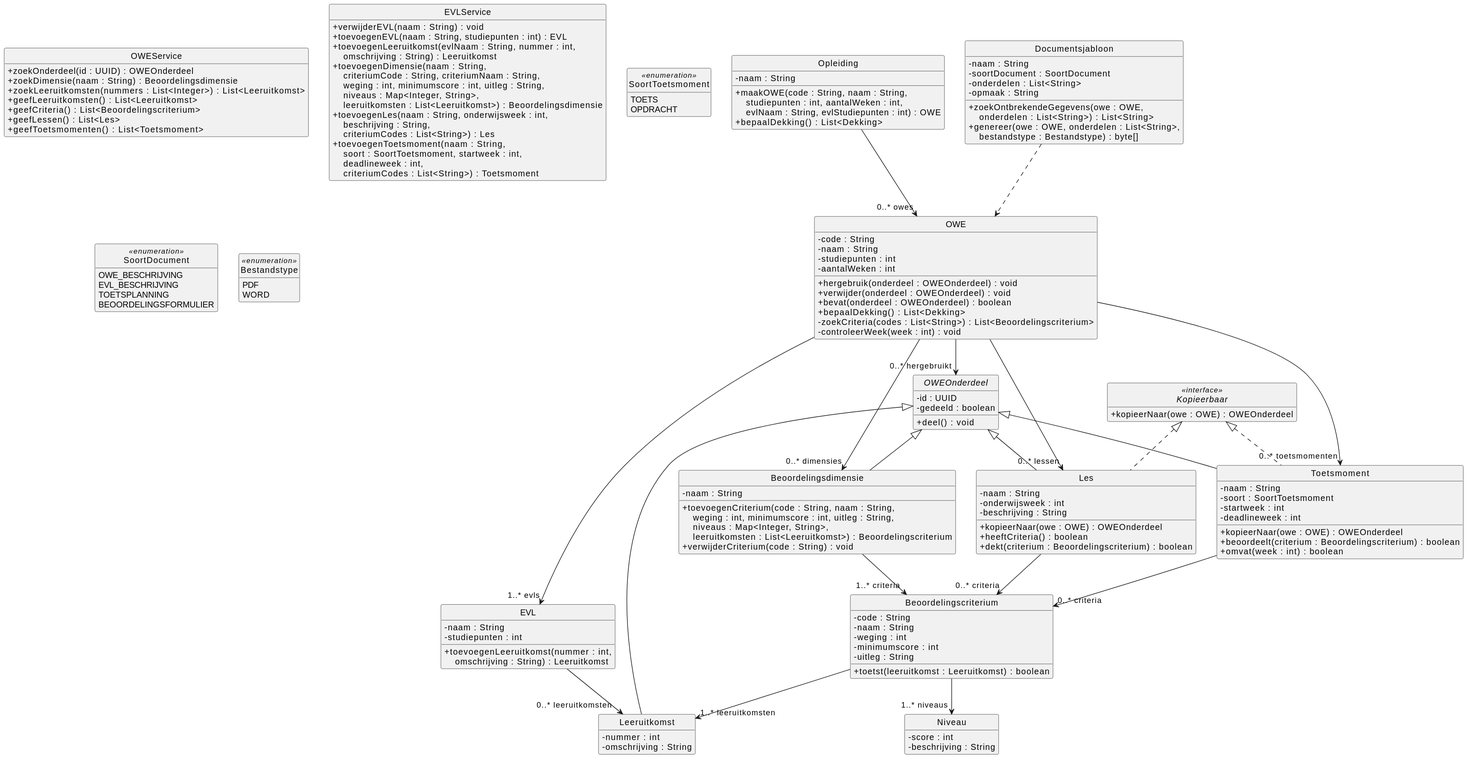
Before: docs/diagrams/klassendiagram-domein.svg, a diagram exported from PlantUML (HAN-Craftsmanship-KL-JJG/casus).
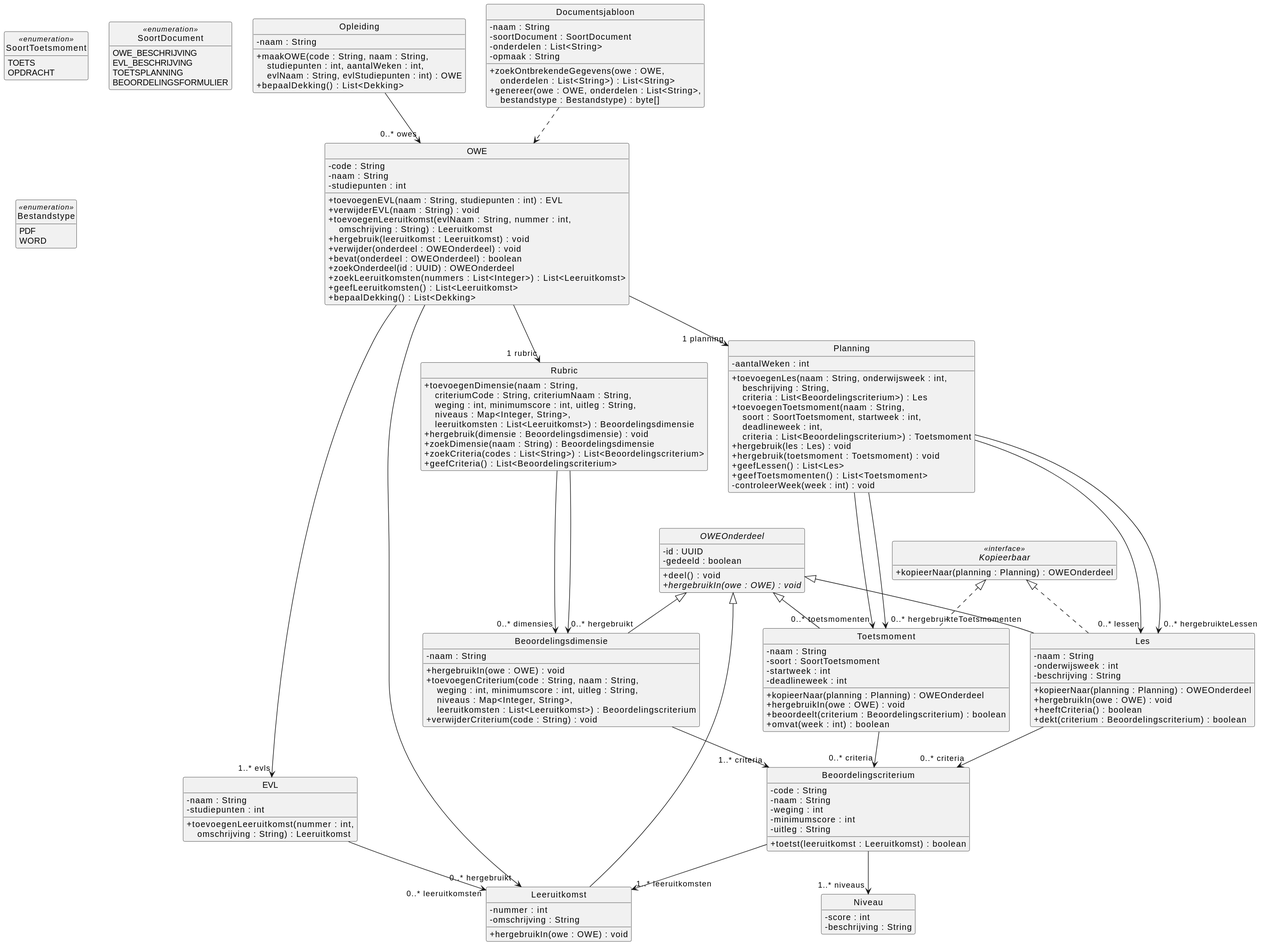
The same diagram one commit later.

What changed in the source:
```diff
@@ -15,32 +15,35 @@
   - code : String
   - naam : String
   - studiepunten : int
-  - aantalWeken : int
-  + hergebruik(onderdeel : OWEOnderdeel) : void
+  + toevoegenEVL(naam : String, studiepunten : int) : EVL
+  + verwijderEVL(naam : String) : void
+  + toevoegenLeeruitkomst(evlNaam : String, nummer : int,\n    omschrijving : String) : Leeruitkomst
+  + hergebruik(leeruitkomst : Leeruitkomst) : void
   + verwijder(onderdeel : OWEOnderdeel) : void
   + bevat(onderdeel : OWEOnderdeel) : boolean
+  + zoekOnderdeel(id : UUID) : OWEOnderdeel
+  + zoekLeeruitkomsten(nummers : List<Integer>) : List<Leeruitkomst>
+  + geefLeeruitkomsten() : List<Leeruitkomst>
   + bepaalDekking() : List<Dekking>
-  - zoekCriteria(codes : List<String>) : List<Beoordelingscriterium>
-  - controleerWeek(week : int) : void
 }
 
-class OWEService{
-  + zoekOnderdeel(id : UUID) : OWEOnderdeel
+class Rubric {
+  + toevoegenDimensie(naam : String,\n    criteriumCode : String, criteriumNaam : String,\n    weging : int, minimumscore : int, uitleg : String,\n    niveaus : Map<Integer, String>,\n    leeruitkomsten : List<Leeruitkomst>) : Beoordelingsdimensie
+  + hergebruik(dimensie : Beoordelingsdimensie) : void
   + zoekDimensie(naam : String) : Beoordelingsdimensie
-  + zoekLeeruitkomsten(nummers : List<Integer>) : List<Leeruitkomst>
-  + geefLeeruitkomsten() : List<Leeruitkomst>
+  + zoekCriteria(codes : List<String>) : List<Beoordelingscriterium>
   + geefCriteria() : List<Beoordelingscriterium>
+}
+
+class Planning {
+  - aantalWeken : int
+  + toevoegenLes(naam : String, onderwijsweek : int,\n    beschrijving : String,\n    criteria : List<Beoordelingscriterium>) : Les
+  + toevoegenToetsmoment(naam : String,\n    soort : SoortToetsmoment, startweek : int,\n    deadlineweek : int,\n    criteria : List<Beoordelingscriterium>) : Toetsmoment
+  + hergebruik(les : Les) : void
+  + hergebruik(toetsmoment : Toetsmoment) : void
   + geefLessen() : List<Les>
   + geefToetsmomenten() : List<Toetsmoment>
-}
-
-class EVLService{
-  + verwijderEVL(naam : String) : void
-  + toevoegenEVL(naam : String, studiepunten : int) : EVL
-  + toevoegenLeeruitkomst(evlNaam : String, nummer : int,\n    omschrijving : String) : Leeruitkomst
-  + toevoegenDimensie(naam : String,\n    criteriumCode : String, criteriumNaam : String,\n    weging : int, minimumscore : int, uitleg : String,\n    niveaus : Map<Integer, String>,\n    leeruitkomsten : List<Leeruitkomst>) : Beoordelingsdimensie
-  + toevoegenLes(naam : String, onderwijsweek : int,\n    beschrijving : String,\n    criteriumCodes : List<String>) : Les
-  + toevoegenToetsmoment(naam : String,\n    soort : SoortToetsmoment, startweek : int,\n    deadlineweek : int,\n    criteriumCodes : List<String>) : Toetsmoment
+  - controleerWeek(week : int) : void
 }
 
 class EVL {
@@ -53,15 +56,18 @@
   - id : UUID
   - gedeeld : boolean
   + deel() : void
+  + {abstract} hergebruikIn(owe : OWE) : void
 }
 
 class Leeruitkomst {
   - nummer : int
   - omschrijving : String
+  + hergebruikIn(owe : OWE) : void
 }
 
 class Beoordelingsdimensie {
   - naam : String
+  + hergebruikIn(owe : OWE) : void
   + toevoegenCriterium(code : String, naam : String,\n    weging : int, minimumscore : int, uitleg : String,\n    niveaus : Map<Integer, String>,\n    leeruitkomsten : List<Leeruitkomst>) : Beoordelingscriterium
   + verwijderCriterium(code : String) : void
 }
@@ -84,7 +90,8 @@
   - naam : String
   - onderwijsweek : int
   - beschrijving : String
-  + kopieerNaar(owe : OWE) : OWEOnderdeel
+  + kopieerNaar(planning : Planning) : OWEOnderdeel
+  + hergebruikIn(owe : OWE) : void
   + heeftCriteria() : boolean
   + dekt(criterium : Beoordelingscriterium) : boolean
 }
@@ -94,7 +101,8 @@
   - soort : SoortToetsmoment
   - startweek : int
   - deadlineweek : int
-  + kopieerNaar(owe : OWE) : OWEOnderdeel
+  + kopieerNaar(planning : Planning) : OWEOnderdeel
+  + hergebruikIn(owe : OWE) : void
   + beoordeelt(criterium : Beoordelingscriterium) : boolean
   + omvat(week : int) : boolean
 }
@@ -109,7 +117,7 @@
 }
 
 interface Kopieerbaar <<interface>> {
-  + kopieerNaar(owe : OWE) : OWEOnderdeel
+  + kopieerNaar(planning : Planning) : OWEOnderdeel
 }
 
 enum SoortToetsmoment <<enumeration>> {
@@ -131,16 +139,21 @@
 
 Opleiding --> "0..* owes" OWE
 OWE --> "1..* evls" EVL
+OWE --> "1 rubric" Rubric
+OWE --> "1 planning" Planning
+OWE --> "0..* hergebruikt" Leeruitkomst
 EVL --> "0..* leeruitkomsten" Leeruitkomst
-OWE --> "0..* dimensies" Beoordelingsdimensie
+Rubric --> "0..* dimensies" Beoordelingsdimensie
+Rubric ---> "0..* hergebruikt" Beoordelingsdimensie
 Beoordelingsdimensie --> "1..* criteria" Beoordelingscriterium
 Beoordelingscriterium --> "1..* niveaus" Niveau
 Beoordelingscriterium --> "1..* leeruitkomsten" Leeruitkomst
-OWE --> "0..* lessen" Les
-OWE --> "0..* toetsmomenten" Toetsmoment
+Planning --> "0..* lessen" Les
+Planning --> "0..* toetsmomenten" Toetsmoment
+Planning ---> "0..* hergebruikteLessen" Les
+Planning ---> "0..* hergebruikteToetsmomenten" Toetsmoment
 Les --> "0..* criteria" Beoordelingscriterium
 Toetsmoment --> "0..* criteria" Beoordelingscriterium
-OWE --> "0..* hergebruikt" OWEOnderdeel
 
 OWEOnderdeel <|-- Leeruitkomst
 OWEOnderdeel <|-- Beoordelingsdimensie
```
